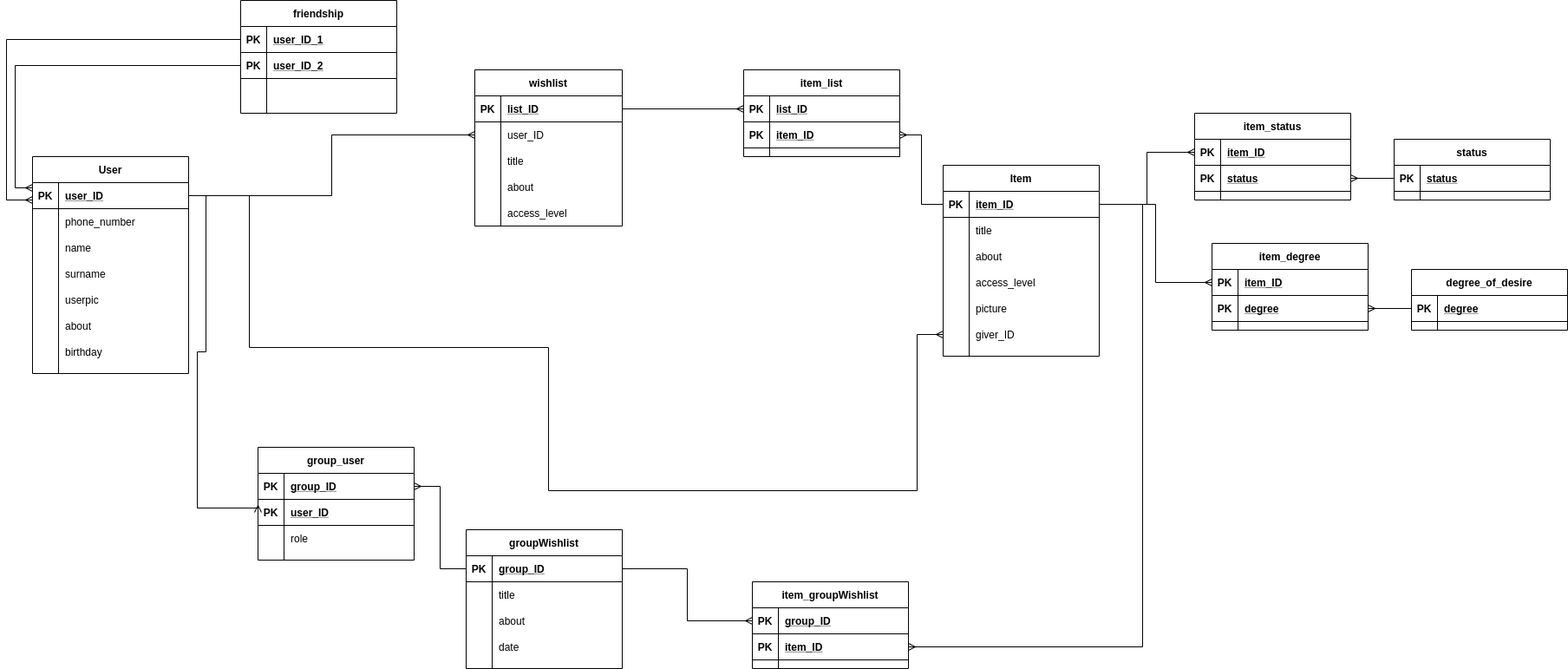
Earlier version of the draw.io export DB_wishlist.png (johuex/wishlist_rest). Source tidied: cells renumbered, new cells last; positions are measured from the earlier drawing's top-left corner, leaving out a move shared by most shapes.
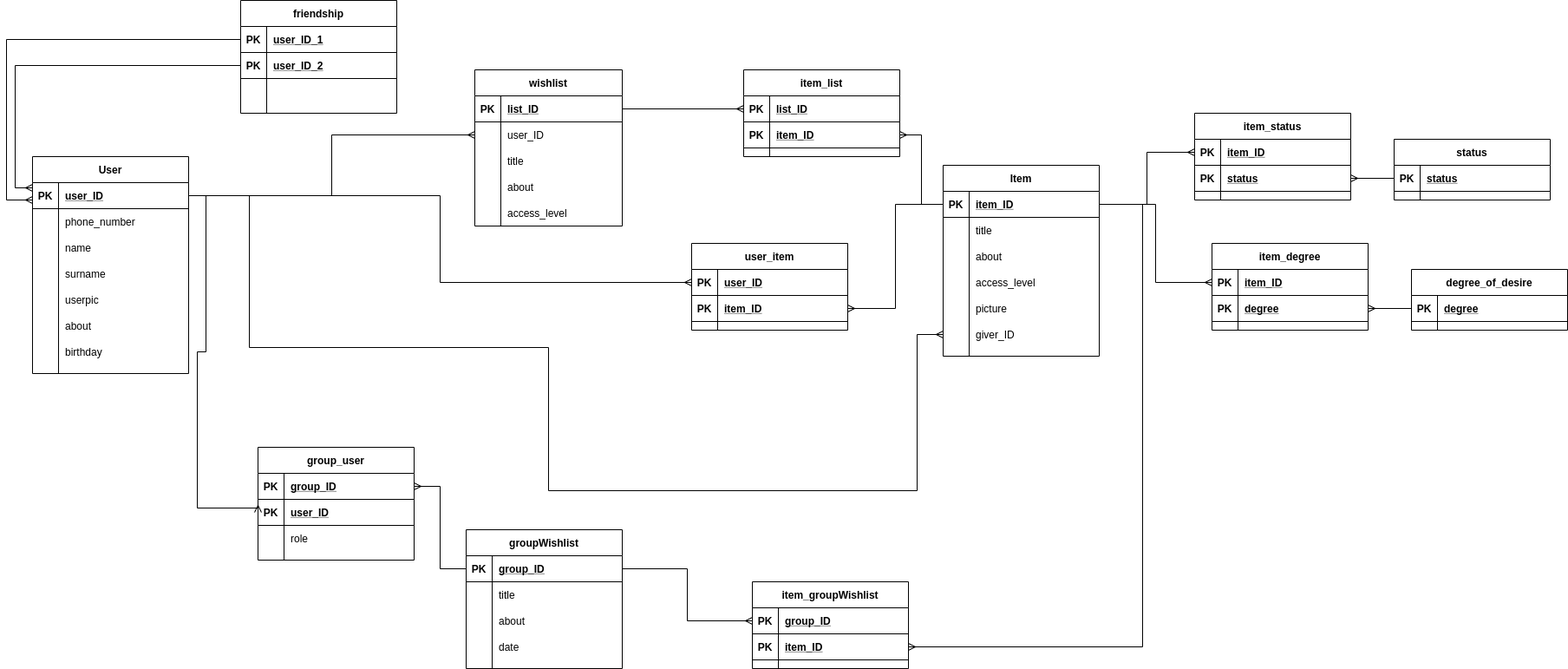
Later version of the same file.

Commit message:
user_profile work

Diff of the diagram source:
```diff
@@ -449,5 +449,32 @@
     <mxCell id="141" value="degree" style="shape=partialRectangle;fillColor=none;top=0;left=0;bottom=0;right=0;align=left;spacingLeft=6;fontStyle=5;overflow=hidden;" parent="139" vertex="1">
       <mxGeometry x="30" width="150" height="30" as="geometry" />
     </mxCell>
+    <mxCell id="142" value="user_item" style="shape=table;startSize=30;rowLines=0;fontStyle=1;align=center;" parent="1" vertex="1">
+      <mxGeometry x="790" y="280" width="180" height="100" as="geometry" />
+    </mxCell>
+    <mxCell id="143" style="shape=partialRectangle;fillColor=none;top=0;left=0;bottom=1;right=0;points=[[0,0.5],[1,0.5]];portConstraint=eastwest;" parent="142" vertex="1">
+      <mxGeometry y="30" width="180" height="30" as="geometry" />
+    </mxCell>
+    <mxCell id="144" value="PK" style="shape=partialRectangle;fillColor=none;top=0;left=0;bottom=0;right=0;fontStyle=1;overflow=hidden;" parent="143" vertex="1">
+      <mxGeometry width="30" height="30" as="geometry" />
+    </mxCell>
+    <mxCell id="145" value="user_ID" style="shape=partialRectangle;fillColor=none;top=0;left=0;bottom=0;right=0;align=left;spacingLeft=6;fontStyle=5;overflow=hidden;" parent="143" vertex="1">
+      <mxGeometry x="30" width="150" height="30" as="geometry" />
+    </mxCell>
+    <mxCell id="146" style="shape=partialRectangle;fillColor=none;top=0;left=0;bottom=1;right=0;points=[[0,0.5],[1,0.5]];portConstraint=eastwest;" parent="142" vertex="1">
+      <mxGeometry y="60" width="180" height="30" as="geometry" />
+    </mxCell>
+    <mxCell id="147" value="PK" style="shape=partialRectangle;fillColor=none;top=0;left=0;bottom=0;right=0;fontStyle=1;overflow=hidden;" parent="146" vertex="1">
+      <mxGeometry width="30" height="30" as="geometry" />
+    </mxCell>
+    <mxCell id="148" value="item_ID" style="shape=partialRectangle;fillColor=none;top=0;left=0;bottom=0;right=0;align=left;spacingLeft=6;fontStyle=5;overflow=hidden;" parent="146" vertex="1">
+      <mxGeometry x="30" width="150" height="30" as="geometry" />
+    </mxCell>
+    <mxCell id="149" style="edgeStyle=orthogonalEdgeStyle;rounded=0;jettySize=auto;html=1;exitX=1;exitY=0.5;exitDx=0;exitDy=0;entryX=0;entryY=0.5;entryDx=0;entryDy=0;endArrow=ERmany;endFill=0;" parent="1" edge="1" source="3" target="143">
+      <mxGeometry relative="1" as="geometry" />
+    </mxCell>
+    <mxCell id="150" style="edgeStyle=orthogonalEdgeStyle;rounded=0;jettySize=auto;html=1;exitX=0;exitY=0.5;exitDx=0;exitDy=0;entryX=1;entryY=0.5;entryDx=0;entryDy=0;endArrow=ERmany;endFill=0;" parent="1" edge="1" source="102" target="146">
+      <mxGeometry relative="1" as="geometry" />
+    </mxCell>
   </root>
 </mxGraphModel>
```
